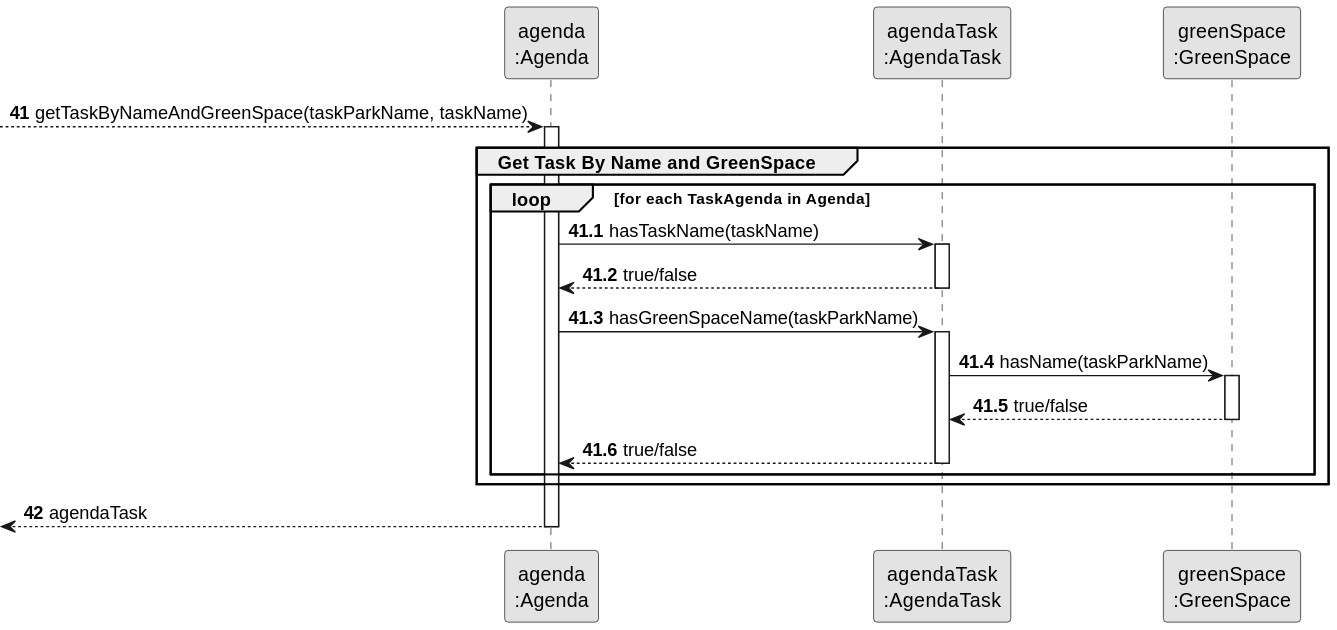
The PlantUML diagram docs/sprint3/us23/03.design/svg/us23-partial-sequence-diagram-get-task.svg in Departamento-de-Engenharia-Informatica/lei-24-s2-1db-g022, before a commit.
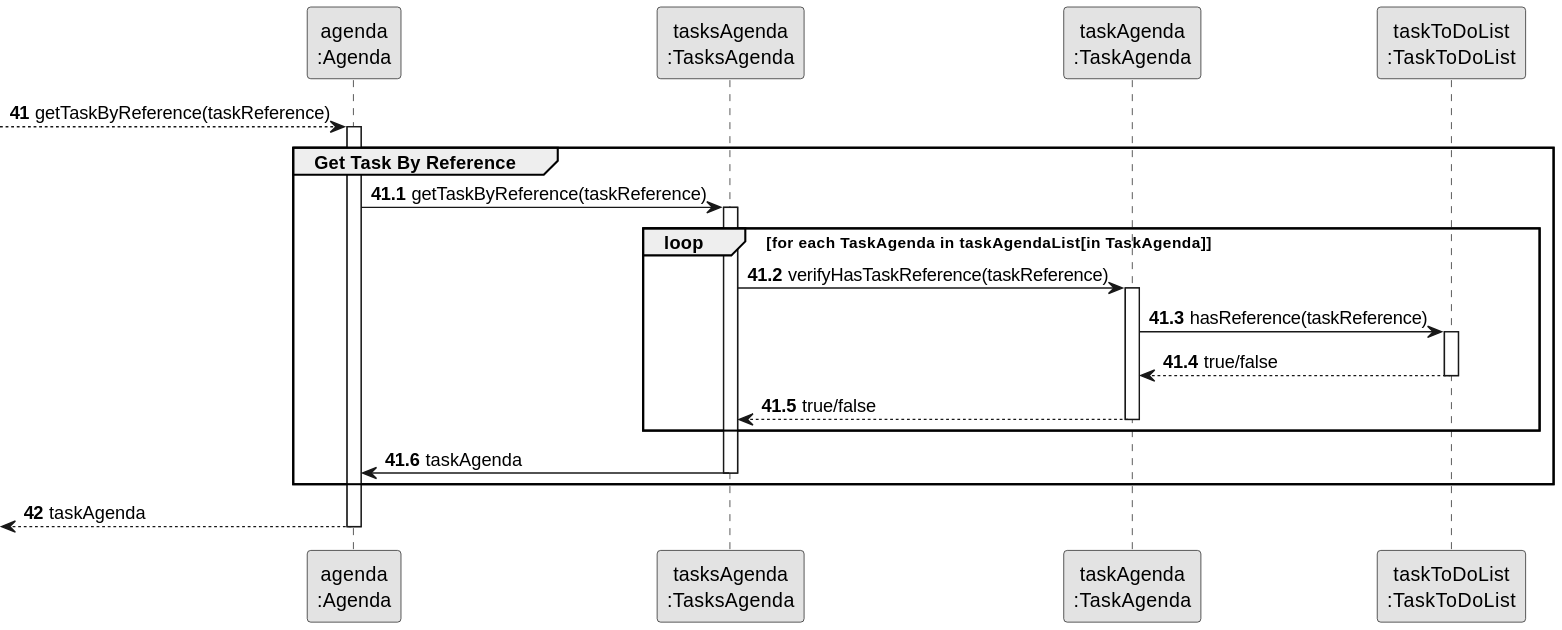
The same diagram one commit later.

Diff of the diagram source:
```diff
@@ -4,52 +4,53 @@
 skinparam shadowing false
 
 participant "agenda\n:Agenda" as AGENDA
-participant "agendaTask\n:AgendaTask" as TASK
-participant "greenSpace\n:GreenSpace" as GREEN
+participant "tasksAgenda\n:TasksAgenda" as TASKSAGENDA
+participant "taskAgenda\n:TaskAgenda" as TASK
+participant "taskToDoList\n:TaskToDoList" as TODO
 
 autonumber 41
 
---> AGENDA : getTaskByNameAndGreenSpace(taskParkName, taskName)
+--> AGENDA : getTaskByReference(taskReference)
 
 autonumber 41.1
 
 activate AGENDA
 
-group Get Task By Name and GreenSpace
+group Get Task By Reference
 
-loop for each TaskAgenda in Agenda
+AGENDA -> TASKSAGENDA : getTaskByReference(taskReference)
 
-AGENDA -> TASK : hasTaskName(taskName)
+activate TASKSAGENDA
+
+loop for each TaskAgenda in taskAgendaList[in TaskAgenda]
+
+TASKSAGENDA -> TASK : verifyHasTaskReference(taskReference)
 
 activate TASK
 
-TASK --> AGENDA :true/false
+TASK -> TODO : hasReference(taskReference)
 
-deactivate TASK
+activate TODO
 
-AGENDA -> TASK : hasGreenSpaceName(taskParkName)
+TODO --> TASK : true/false
 
-activate TASK
+deactivate TODO
 
-TASK -> GREEN :  hasName(taskParkName)
-
-activate GREEN
-
-GREEN --> TASK : true/false
-
-deactivate GREEN
-
-TASK --> AGENDA :true/false
+TASK --> TASKSAGENDA :true/false
 
 deactivate TASK
 
 end
 
+TASKSAGENDA -> AGENDA : taskAgenda
+
+deactivate TASKSAGENDA
+
 end
 
 autonumber 42
 
-<--AGENDA : agendaTask
+<--AGENDA : taskAgenda
 
 deactivate AGENDA
 @enduml
```
